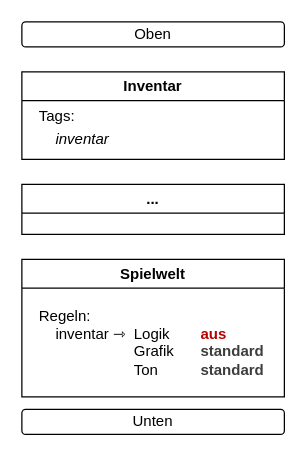
Above: docs/präsi/bilder/Verdecken.drawio in sophiepeca/10C1_25 (draw.io), before the change. Source tidied: cells renumbered, new cells numbered last; positions are measured from the earlier drawing's top-left corner, leaving out a move shared by most shapes. Both pictures are drawn from the tidied source at 125%, with x=0, y=0 at pixel (21, 21).
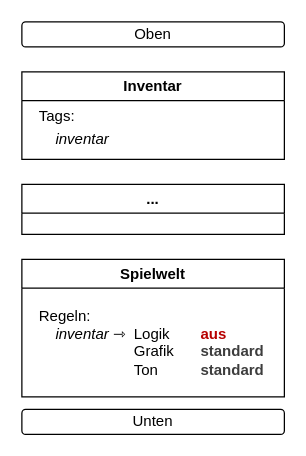
The same diagram, later.

Commit message (it also covers changes not shown here):
Road to 667 commits: das eine Wort war nicht kursiv!!!!

Diff of the diagram source:
```diff
@@
 <mxGraphModel>
   <root>
     <mxCell id="0" />
     <mxCell id="1" parent="0" />
     <mxCell id="2" value="Inventar" style="swimlane;whiteSpace=wrap;html=1;" parent="1" vertex="1">
       <mxGeometry y="40" width="210" height="70" as="geometry" />
     </mxCell>
     <mxCell id="3" value="Tags:&lt;div&gt;&lt;span style=&quot;background-color: transparent; color: light-dark(rgb(0, 0, 0), rgb(255, 255, 255));&quot;&gt;&amp;nbsp; &amp;nbsp;&amp;nbsp;&lt;/span&gt;&lt;i style=&quot;background-color: transparent; color: light-dark(rgb(0, 0, 0), rgb(255, 255, 255)); line-height: 190%;&quot;&gt;inventar&lt;/i&gt;&lt;/div&gt;" style="text;html=1;whiteSpace=wrap;strokeColor=none;fillColor=none;align=left;verticalAlign=top;rounded=0;spacing=4;spacingBottom=0;" parent="2" vertex="1">
       <mxGeometry x="10" y="20" width="100" height="50" as="geometry" />
     </mxCell>
     <mxCell id="4" value="Oben" style="rounded=1;whiteSpace=wrap;html=1;" parent="1" vertex="1">
       <mxGeometry width="210" height="20" as="geometry" />
     </mxCell>
     <mxCell id="5" value="..." style="swimlane;whiteSpace=wrap;html=1;" parent="1" vertex="1">
       <mxGeometry y="130" width="210" height="40" as="geometry" />
     </mxCell>
     <mxCell id="6" value="Spielwelt" style="swimlane;whiteSpace=wrap;html=1;" parent="1" vertex="1">
       <mxGeometry y="190" width="210" height="110" as="geometry" />
     </mxCell>
-    <mxCell id="7" value="Regeln:&lt;div&gt;&amp;nbsp; &amp;nbsp; inventar&amp;nbsp;⇾&amp;nbsp;&lt;/div&gt;" style="text;html=1;whiteSpace=wrap;strokeColor=none;fillColor=none;align=left;verticalAlign=top;rounded=0;spacing=4;spacingBottom=0;" parent="6" vertex="1">
+    <mxCell id="7" value="Regeln:&lt;div&gt;&amp;nbsp; &amp;nbsp; &lt;i&gt;inventar&lt;/i&gt;&amp;nbsp;⇾&amp;nbsp;&lt;/div&gt;" style="text;html=1;whiteSpace=wrap;strokeColor=none;fillColor=none;align=left;verticalAlign=top;rounded=0;spacing=4;spacingBottom=0;" parent="6" vertex="1">
       <mxGeometry x="10" y="30" width="100" height="50" as="geometry" />
     </mxCell>
     <mxCell id="8" value="Logik &lt;span style=&quot;white-space: pre;&quot;&gt;&#9;&lt;/span&gt;&lt;font style=&quot;color: rgb(183, 0, 0);&quot;&gt;&lt;b&gt;aus&lt;/b&gt;&lt;/font&gt;&lt;div&gt;Grafik&lt;span style=&quot;white-space: pre;&quot;&gt;&#9;&lt;/span&gt;&lt;font style=&quot;color: rgb(61, 61, 61);&quot;&gt;&lt;b&gt;standard&lt;/b&gt;&lt;/font&gt;&lt;/div&gt;&lt;div&gt;Ton &lt;span style=&quot;white-space: pre;&quot;&gt;&#9;&lt;/span&gt;&lt;span style=&quot;white-space: pre;&quot;&gt;&#9;&lt;/span&gt;&lt;font style=&quot;color: rgb(61, 61, 61);&quot;&gt;&lt;b&gt;standard&lt;/b&gt;&lt;/font&gt;&lt;/div&gt;" style="text;html=1;whiteSpace=wrap;strokeColor=none;fillColor=none;align=left;verticalAlign=top;rounded=0;spacing=4;spacingBottom=0;" parent="6" vertex="1">
       <mxGeometry x="86" y="44" width="124" height="50" as="geometry" />
     </mxCell>
     <mxCell id="9" value="Unten" style="rounded=1;whiteSpace=wrap;html=1;" parent="1" vertex="1">
       <mxGeometry y="310" width="210" height="20" as="geometry" />
     </mxCell>
   </root>
 </mxGraphModel>
```
